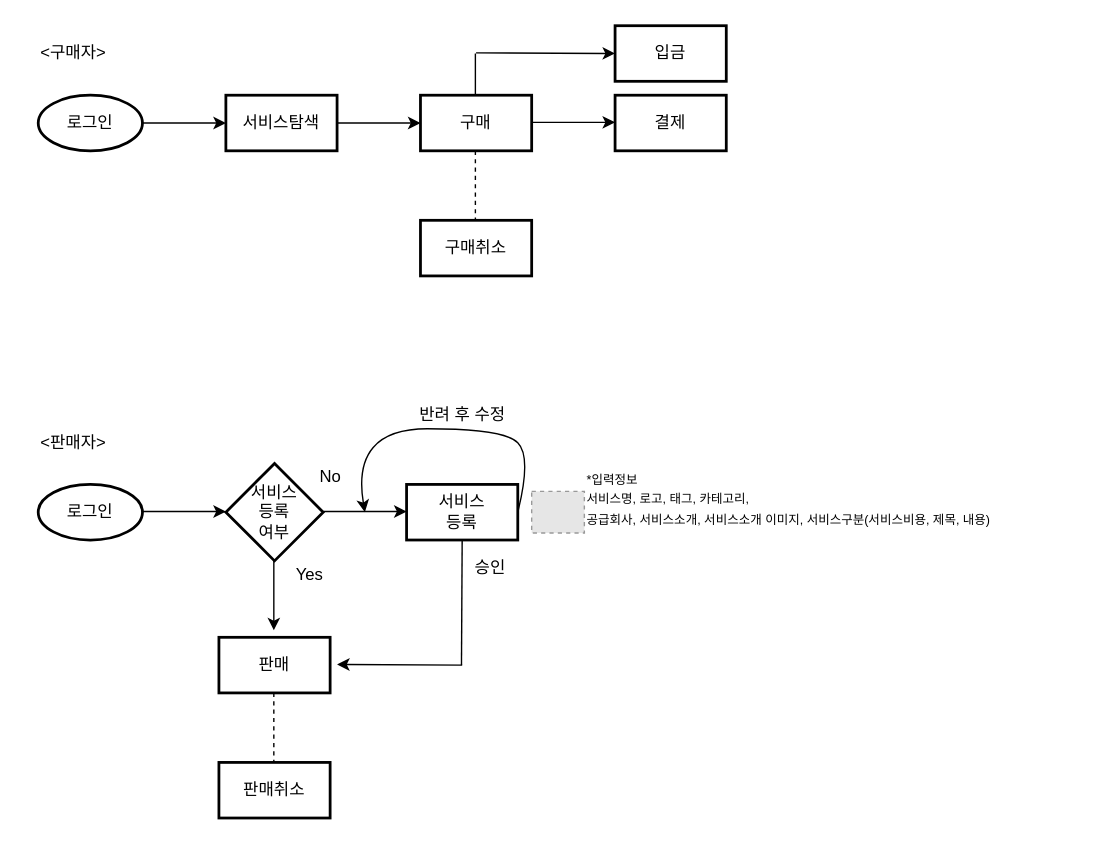
Above: 비즈니스나우 컨설팅_수정.drawio in Lucidhomme/TIL (draw.io), before the change. Source tidied: cells renumbered, new cells numbered last; positions are measured from the earlier drawing's top-left corner, leaving out a move shared by most shapes. Both pictures are drawn from the tidied source at 139%, with x=0, y=0 at pixel (24, 25). Pictures stored in the file or linked from it are replaced by grey dashed boxes.
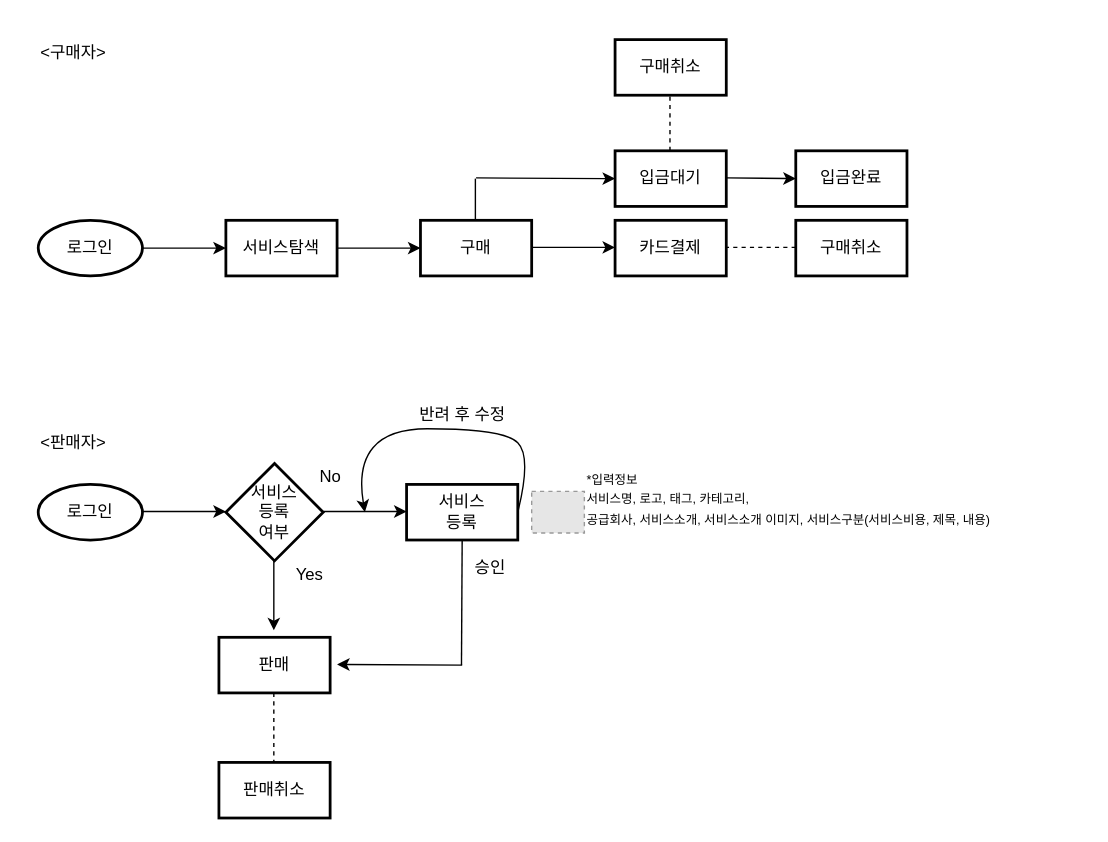
After the change.

Commit message:
Update 비즈니스나우 컨설팅_수정.drawio

Diff of the diagram source:
```diff
@@
     <mxCell id="5" value="로그인" style="strokeWidth=2;html=1;shape=mxgraph.flowchart.start_1;whiteSpace=wrap;" parent="1" vertex="1">
-      <mxGeometry x="10" y="50" width="75" height="40" as="geometry" />
+      <mxGeometry x="10" y="140" width="75" height="40" as="geometry" />
     </mxCell>
     <mxCell id="6" style="edgeStyle=orthogonalEdgeStyle;rounded=0;jettySize=auto;html=1;" parent="1" edge="1" source="7">
       <mxGeometry relative="1" as="geometry">
-        <mxPoint x="285" y="70" as="targetPoint" />
+        <mxPoint x="285" y="160" as="targetPoint" />
       </mxGeometry>
     </mxCell>
     <mxCell id="7" value="서비스탐색" style="whiteSpace=wrap;html=1;strokeWidth=2;" parent="1" vertex="1">
-      <mxGeometry x="145" y="50" width="80" height="40" as="geometry" />
+      <mxGeometry x="145" y="140" width="80" height="40" as="geometry" />
     </mxCell>
     <mxCell id="8" value="구매" style="whiteSpace=wrap;html=1;strokeWidth=2;" parent="1" vertex="1">
-      <mxGeometry x="285" y="50" width="80" height="40" as="geometry" />
+      <mxGeometry x="285" y="140" width="80" height="40" as="geometry" />
     </mxCell>
     <mxCell id="9" value="구매취소" style="whiteSpace=wrap;html=1;strokeWidth=2;" parent="1" vertex="1">
-      <mxGeometry x="285" y="140" width="80" height="40" as="geometry" />
+      <mxGeometry x="555" y="140" width="80" height="40" as="geometry" />
     </mxCell>
@@
     <mxCell id="28" style="edgeStyle=orthogonalEdgeStyle;rounded=0;orthogonalLoop=1;jettySize=auto;html=1;" parent="1" edge="1">
       <mxGeometry relative="1" as="geometry">
-        <mxPoint x="365" y="69.5" as="sourcePoint" />
-        <mxPoint x="425" y="69.5" as="targetPoint" />
+        <mxPoint x="365" y="159.5" as="sourcePoint" />
+        <mxPoint x="425" y="159.5" as="targetPoint" />
       </mxGeometry>
     </mxCell>
-    <mxCell id="29" value="결제" style="whiteSpace=wrap;html=1;strokeWidth=2;" parent="1" vertex="1">
-      <mxGeometry x="425" y="50" width="80" height="40" as="geometry" />
+    <mxCell id="29" value="카드결제" style="whiteSpace=wrap;html=1;strokeWidth=2;" parent="1" vertex="1">
+      <mxGeometry x="425" y="140" width="80" height="40" as="geometry" />
     </mxCell>
     <mxCell id="30" style="endArrow=none;dashed=1;html=1;entryX=0.5;entryY=0;entryDx=0;entryDy=0;" parent="1" edge="1">
       <mxGeometry relative="1" as="geometry">
-        <mxPoint x="324.5" y="90" as="sourcePoint" />
-        <mxPoint x="324.5" y="140" as="targetPoint" />
+        <mxPoint x="555" y="159.5" as="sourcePoint" />
+        <mxPoint x="505" y="159.5" as="targetPoint" />
       </mxGeometry>
     </mxCell>
-    <mxCell id="31" value="입금" style="whiteSpace=wrap;html=1;strokeWidth=2;" parent="1" vertex="1">
-      <mxGeometry x="425" width="80" height="40" as="geometry" />
+    <mxCell id="31" value="입금대기" style="whiteSpace=wrap;html=1;strokeWidth=2;" parent="1" vertex="1">
+      <mxGeometry x="425" y="90" width="80" height="40" as="geometry" />
     </mxCell>
     <mxCell id="32" style="endArrow=none;html=1;" parent="1" edge="1">
       <mxGeometry relative="1" as="geometry">
-        <mxPoint x="324.5" y="50" as="sourcePoint" />
-        <mxPoint x="324.5" y="20" as="targetPoint" />
+        <mxPoint x="324.5" y="140" as="sourcePoint" />
+        <mxPoint x="324.5" y="110" as="targetPoint" />
       </mxGeometry>
     </mxCell>
     <mxCell id="33" style="endArrow=classic;html=1;" parent="1" edge="1">
       <mxGeometry relative="1" as="geometry">
-        <mxPoint x="325" y="19.5" as="sourcePoint" />
-        <mxPoint x="425" y="20" as="targetPoint" />
+        <mxPoint x="325" y="109.5" as="sourcePoint" />
+        <mxPoint x="425" y="110" as="targetPoint" />
       </mxGeometry>
     </mxCell>
+    <mxCell id="34" style="edgeStyle=orthogonalEdgeStyle;rounded=0;jettySize=auto;html=1;entryX=0;entryY=0.5;entryDx=0;entryDy=0;" parent="1" edge="1" target="35">
+      <mxGeometry relative="1" as="geometry">
+        <mxPoint x="505" y="109.5" as="sourcePoint" />
+      </mxGeometry>
+    </mxCell>
+    <mxCell id="35" value="입금완료" style="whiteSpace=wrap;html=1;strokeWidth=2;" parent="1" vertex="1">
+      <mxGeometry x="555" y="90" width="80" height="40" as="geometry" />
+    </mxCell>
+    <mxCell id="36" style="endArrow=none;dashed=1;html=1;entryX=0.5;entryY=0;entryDx=0;entryDy=0;" parent="1" edge="1">
+      <mxGeometry relative="1" as="geometry">
+        <mxPoint x="464.5" y="90" as="sourcePoint" />
+        <mxPoint x="464.5" y="50" as="targetPoint" />
+      </mxGeometry>
+    </mxCell>
+    <mxCell id="37" value="구매취소" style="whiteSpace=wrap;html=1;strokeWidth=2;" parent="1" vertex="1">
+      <mxGeometry x="425" y="10" width="80" height="40" as="geometry" />
+    </mxCell>
```
